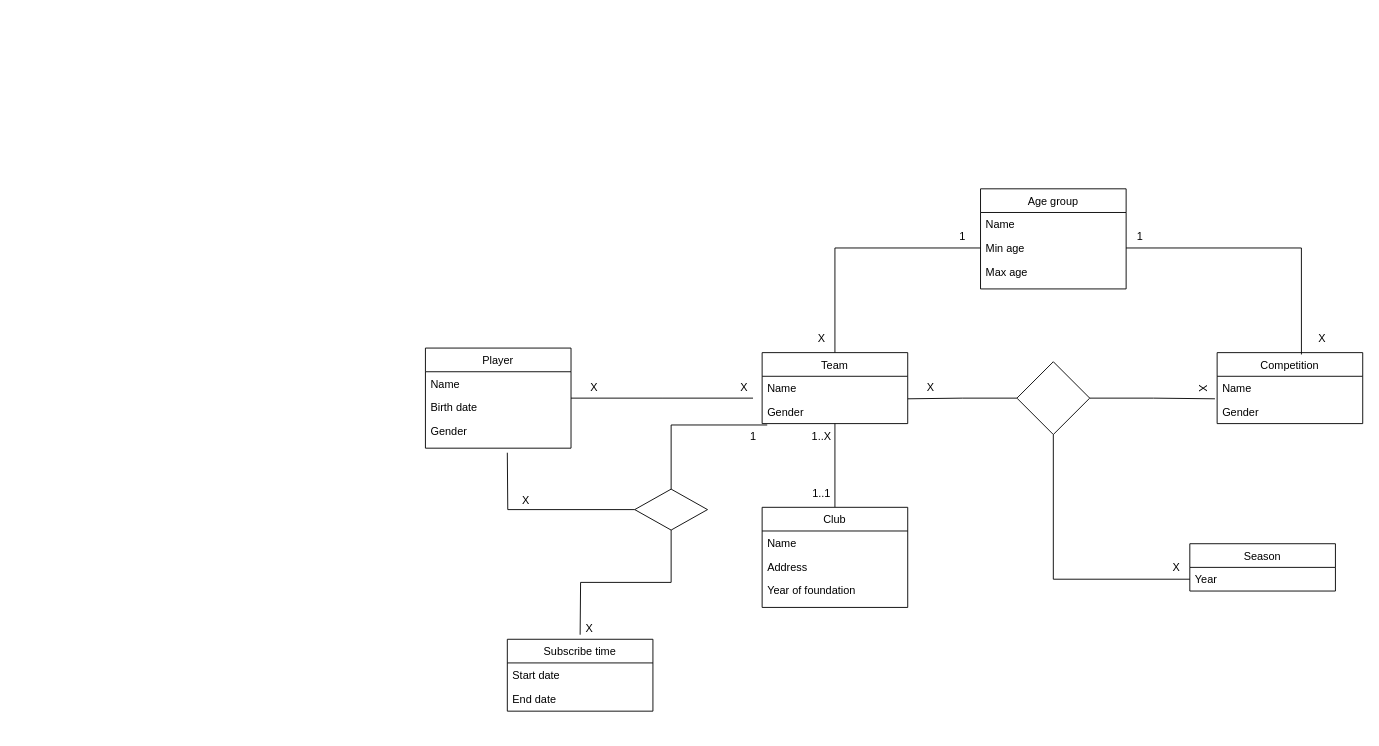
Earlier version of the draw.io diagram SoccerLeague.drawio (brito-bernardo/database-modeling). Source tidied: cells renumbered, new cells numbered last; positions are measured from the earlier drawing's top-left corner, leaving out a move shared by most shapes. Both pictures are drawn from the tidied source at 91%, with x=0, y=0 at pixel (425, 188).
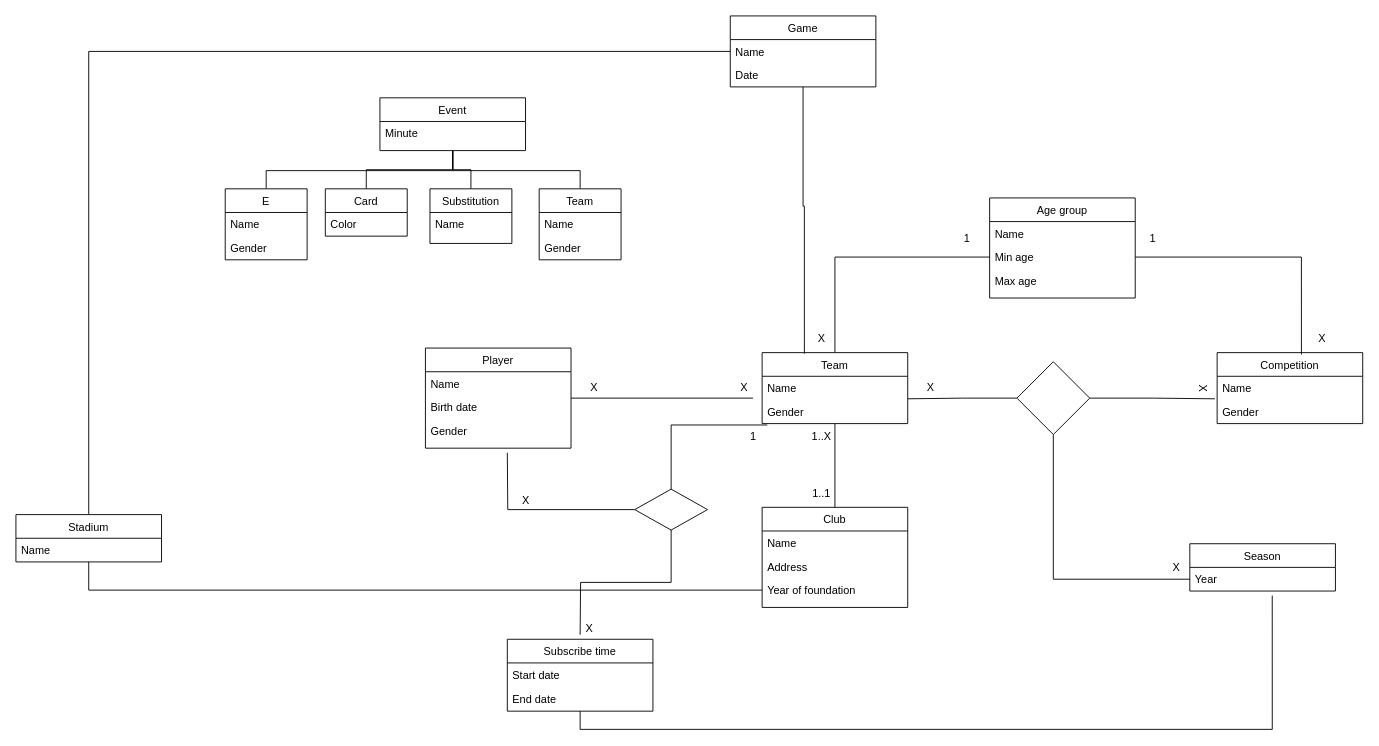
The same page after the edit.

The change refers to these unchanged cells:
```xml
<mxCell id="6" value="Year of foundation" style="text;align=left;verticalAlign=top;spacingLeft=4;spacingRight=4;overflow=hidden;points=[[0,0.5],[1,0.5]];portConstraint=eastwest;" parent="3" vertex="1">
  <mxGeometry y="78" width="160" height="26" as="geometry" />
</mxCell>
<mxCell id="16" value="X" style="text;html=1;align=center;verticalAlign=middle;points=[];strokeColor=none;fillColor=none;" parent="1" vertex="1">
  <mxGeometry x="420" y="150" width="30" height="30" as="geometry" />
</mxCell>
<mxCell id="28" value="Year" style="text;align=left;verticalAlign=top;spacingLeft=4;spacingRight=4;overflow=hidden;points=[[0,0.5],[1,0.5]];portConstraint=eastwest;" parent="27" vertex="1">
  <mxGeometry y="26" width="160" height="26" as="geometry" />
</mxCell>
<mxCell id="41" value="Subscribe time" style="swimlane;fontStyle=0;align=center;verticalAlign=top;horizontal=1;startSize=26;rounded=0;shadow=0;strokeWidth=1;" parent="1" vertex="1">
  <mxGeometry x="90" y="495" width="160" height="79" as="geometry" />
</mxCell>
```

Change to the diagram source:
```diff
@@
     <mxCell id="11" value="Age group" style="swimlane;fontStyle=0;align=center;verticalAlign=top;horizontal=1;startSize=26;rounded=0;shadow=0;strokeWidth=1;" parent="1" vertex="1">
-      <mxGeometry x="610" width="160" height="110" as="geometry" />
+      <mxGeometry x="620" y="10" width="160" height="110" as="geometry" />
     </mxCell>
@@
     <mxCell id="15" value="1" style="text;html=1;align=center;verticalAlign=middle;strokeColor=none;fillColor=none;" parent="1" vertex="1">
-      <mxGeometry x="575" y="38" width="30" height="30" as="geometry" />
+      <mxGeometry x="580" y="40" width="30" height="30" as="geometry" />
     </mxCell>
@@
     <mxCell id="39" value="1" style="text;html=1;align=center;verticalAlign=middle;strokeColor=none;fillColor=none;" parent="1" vertex="1">
-      <mxGeometry x="770" y="38" width="30" height="30" as="geometry" />
+      <mxGeometry x="784" y="40" width="30" height="30" as="geometry" />
     </mxCell>
@@
+    <mxCell id="51" style="edgeStyle=orthogonalEdgeStyle;rounded=0;jettySize=auto;html=1;exitX=0.5;exitY=1;exitDx=0;exitDy=0;entryX=0.566;entryY=1.192;entryDx=0;entryDy=0;entryPerimeter=0;endArrow=none;endFill=0;" parent="1" edge="1" source="41" target="28">
+      <mxGeometry relative="1" as="geometry">
+        <Array as="points">
+          <mxPoint x="170" y="594" />
+          <mxPoint x="931" y="594" />
+        </Array>
+      </mxGeometry>
+    </mxCell>
+    <mxCell id="52" style="edgeStyle=orthogonalEdgeStyle;rounded=0;jettySize=auto;html=1;entryX=0;entryY=0.5;entryDx=0;entryDy=0;endArrow=none;endFill=0;" parent="1" edge="1" source="54" target="6">
+      <mxGeometry relative="1" as="geometry" />
+    </mxCell>
+    <mxCell id="53" style="edgeStyle=orthogonalEdgeStyle;rounded=0;jettySize=auto;html=1;entryX=0;entryY=0.5;entryDx=0;entryDy=0;endArrow=none;endFill=0;" parent="1" edge="1" source="54" target="73">
+      <mxGeometry relative="1" as="geometry" />
+    </mxCell>
+    <mxCell id="54" value="Stadium" style="swimlane;fontStyle=0;align=center;verticalAlign=top;horizontal=1;startSize=26;rounded=0;shadow=0;strokeWidth=1;" parent="1" vertex="1">
+      <mxGeometry x="-450" y="358" width="160" height="52" as="geometry" />
+    </mxCell>
+    <mxCell id="55" value="Name" style="text;align=left;verticalAlign=top;spacingLeft=4;spacingRight=4;overflow=hidden;" parent="54" vertex="1">
+      <mxGeometry y="26" width="160" height="26" as="geometry" />
+    </mxCell>
+    <mxCell id="56" value="Event" style="swimlane;fontStyle=0;align=center;verticalAlign=top;horizontal=1;startSize=26;rounded=0;shadow=0;strokeWidth=1;" parent="1" vertex="1">
+      <mxGeometry x="-50" y="-100" width="160" height="58" as="geometry" />
+    </mxCell>
+    <mxCell id="57" value="Minute" style="text;align=left;verticalAlign=top;spacingLeft=4;spacingRight=4;overflow=hidden;" parent="56" vertex="1">
+      <mxGeometry y="26" width="160" height="26" as="geometry" />
+    </mxCell>
+    <mxCell id="58" style="edgeStyle=orthogonalEdgeStyle;rounded=0;jettySize=auto;html=1;entryX=0.5;entryY=1;entryDx=0;entryDy=0;endArrow=none;endFill=0;" parent="1" edge="1" source="59" target="56">
+      <mxGeometry relative="1" as="geometry">
+        <Array as="points">
+          <mxPoint x="170" y="-20" />
+          <mxPoint x="30" y="-20" />
+        </Array>
+      </mxGeometry>
+    </mxCell>
+    <mxCell id="59" value="Team" style="swimlane;fontStyle=0;align=center;verticalAlign=top;horizontal=1;startSize=26;rounded=0;shadow=0;strokeWidth=1;" parent="1" vertex="1">
+      <mxGeometry x="125" width="90" height="78" as="geometry" />
+    </mxCell>
+    <mxCell id="60" value="Name" style="text;align=left;verticalAlign=top;spacingLeft=4;spacingRight=4;overflow=hidden;" parent="59" vertex="1">
+      <mxGeometry y="26" width="90" height="26" as="geometry" />
+    </mxCell>
+    <mxCell id="61" value="Gender" style="text;align=left;verticalAlign=top;spacingLeft=4;spacingRight=4;overflow=hidden;" parent="59" vertex="1">
+      <mxGeometry y="52" width="90" height="26" as="geometry" />
+    </mxCell>
+    <mxCell id="62" style="edgeStyle=orthogonalEdgeStyle;rounded=0;jettySize=auto;html=1;entryX=0.5;entryY=1;entryDx=0;entryDy=0;endArrow=none;endFill=0;" parent="1" edge="1" source="63" target="56">
+      <mxGeometry relative="1" as="geometry" />
+    </mxCell>
+    <mxCell id="63" value="Substitution" style="swimlane;fontStyle=0;align=center;verticalAlign=top;horizontal=1;startSize=26;rounded=0;shadow=0;strokeWidth=1;" parent="1" vertex="1">
+      <mxGeometry x="5" width="90" height="60" as="geometry" />
+    </mxCell>
+    <mxCell id="64" value="Name" style="text;align=left;verticalAlign=top;spacingLeft=4;spacingRight=4;overflow=hidden;" parent="63" vertex="1">
+      <mxGeometry y="26" width="90" height="26" as="geometry" />
+    </mxCell>
+    <mxCell id="65" style="edgeStyle=orthogonalEdgeStyle;rounded=0;jettySize=auto;html=1;entryX=0.5;entryY=1;entryDx=0;entryDy=0;endArrow=none;endFill=0;" parent="1" edge="1" source="66" target="56">
+      <mxGeometry relative="1" as="geometry" />
+    </mxCell>
+    <mxCell id="66" value="Card" style="swimlane;fontStyle=0;align=center;verticalAlign=top;horizontal=1;startSize=26;rounded=0;shadow=0;strokeWidth=1;" parent="1" vertex="1">
+      <mxGeometry x="-110" width="90" height="52" as="geometry" />
+    </mxCell>
+    <mxCell id="67" value="Color" style="text;align=left;verticalAlign=top;spacingLeft=4;spacingRight=4;overflow=hidden;" parent="66" vertex="1">
+      <mxGeometry y="26" width="90" height="26" as="geometry" />
+    </mxCell>
+    <mxCell id="68" style="edgeStyle=orthogonalEdgeStyle;rounded=0;jettySize=auto;html=1;entryX=0.5;entryY=1;entryDx=0;entryDy=0;endArrow=none;endFill=0;" parent="1" edge="1" source="69" target="56">
+      <mxGeometry relative="1" as="geometry">
+        <Array as="points">
+          <mxPoint x="-175" y="-20" />
+          <mxPoint x="30" y="-20" />
+        </Array>
+      </mxGeometry>
+    </mxCell>
+    <mxCell id="69" value="E" style="swimlane;fontStyle=0;align=center;verticalAlign=top;horizontal=1;startSize=26;rounded=0;shadow=0;strokeWidth=1;" parent="1" vertex="1">
+      <mxGeometry x="-220" width="90" height="78" as="geometry" />
+    </mxCell>
+    <mxCell id="70" value="Name" style="text;align=left;verticalAlign=top;spacingLeft=4;spacingRight=4;overflow=hidden;" parent="69" vertex="1">
+      <mxGeometry y="26" width="90" height="26" as="geometry" />
+    </mxCell>
+    <mxCell id="71" value="Gender" style="text;align=left;verticalAlign=top;spacingLeft=4;spacingRight=4;overflow=hidden;" parent="69" vertex="1">
+      <mxGeometry y="52" width="90" height="26" as="geometry" />
+    </mxCell>
+    <mxCell id="72" value="Game" style="swimlane;fontStyle=0;align=center;verticalAlign=top;horizontal=1;startSize=26;rounded=0;shadow=0;strokeWidth=1;" parent="1" vertex="1">
+      <mxGeometry x="335" y="-190" width="160" height="78" as="geometry" />
+    </mxCell>
+    <mxCell id="73" value="Name" style="text;align=left;verticalAlign=top;spacingLeft=4;spacingRight=4;overflow=hidden;points=[[0,0.5],[1,0.5]];portConstraint=eastwest;" parent="72" vertex="1">
+      <mxGeometry y="26" width="160" height="26" as="geometry" />
+    </mxCell>
+    <mxCell id="74" value="Date" style="text;align=left;verticalAlign=top;spacingLeft=4;spacingRight=4;overflow=hidden;" parent="72" vertex="1">
+      <mxGeometry y="52" width="160" height="26" as="geometry" />
+    </mxCell>
+    <mxCell id="75" style="edgeStyle=orthogonalEdgeStyle;rounded=0;jettySize=auto;html=1;entryX=-0.119;entryY=1.038;entryDx=0;entryDy=0;entryPerimeter=0;endArrow=none;endFill=0;" parent="1" edge="1" source="72" target="16">
+      <mxGeometry relative="1" as="geometry" />
+    </mxCell>
```
